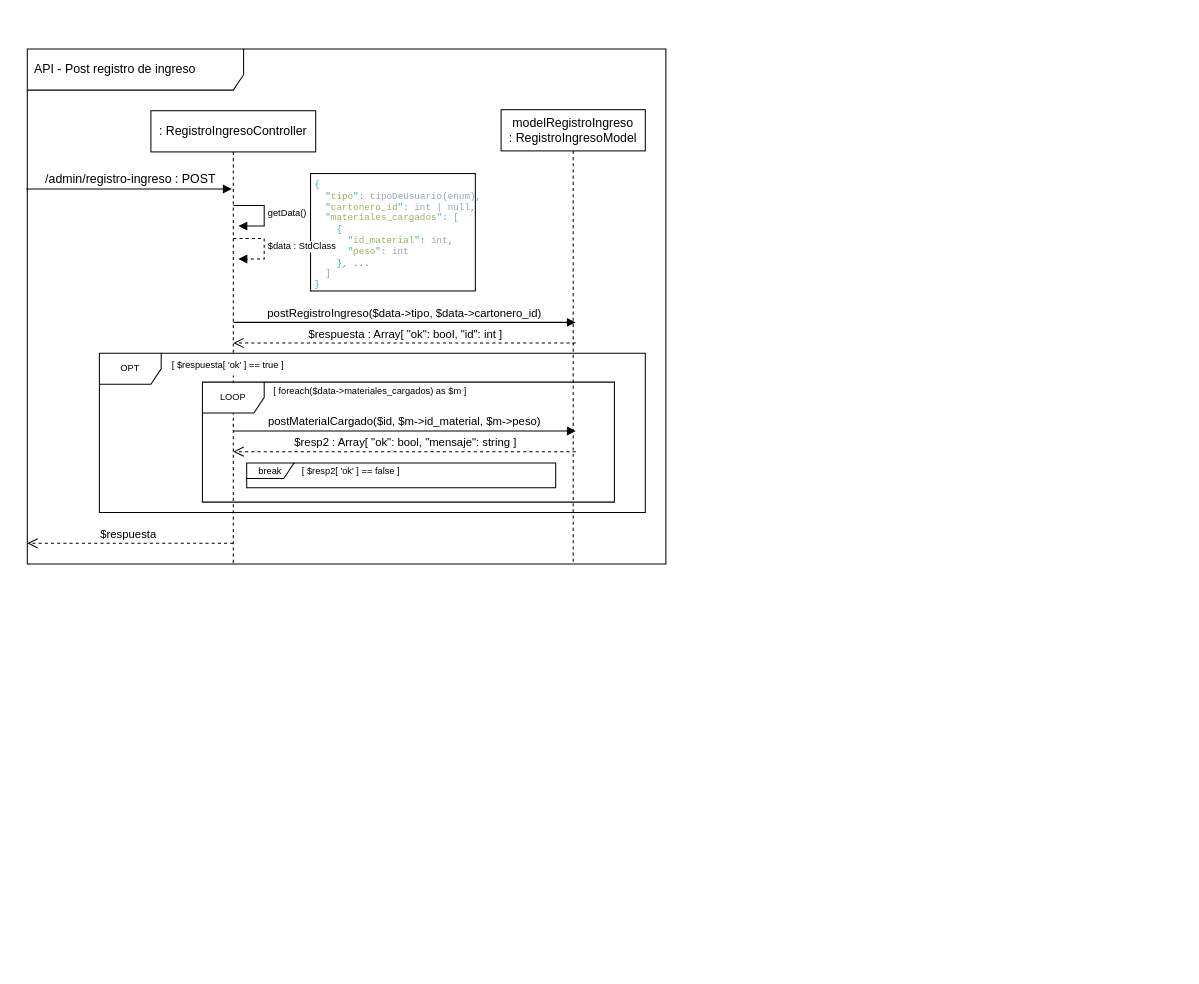
Before: page "admin_registro-ingreso_post" (6 of 9) of Artefactos/Diagramas/diagrama-clases.drawio in Evynith/Entregable-Metodologias, a draw.io diagram. Source tidied: cells renumbered, new cells numbered last; positions are measured from the earlier drawing's top-left corner, leaving out a move shared by most shapes. Both pictures are drawn from the tidied source at 103%, with x=0, y=0 at pixel (26, 48).
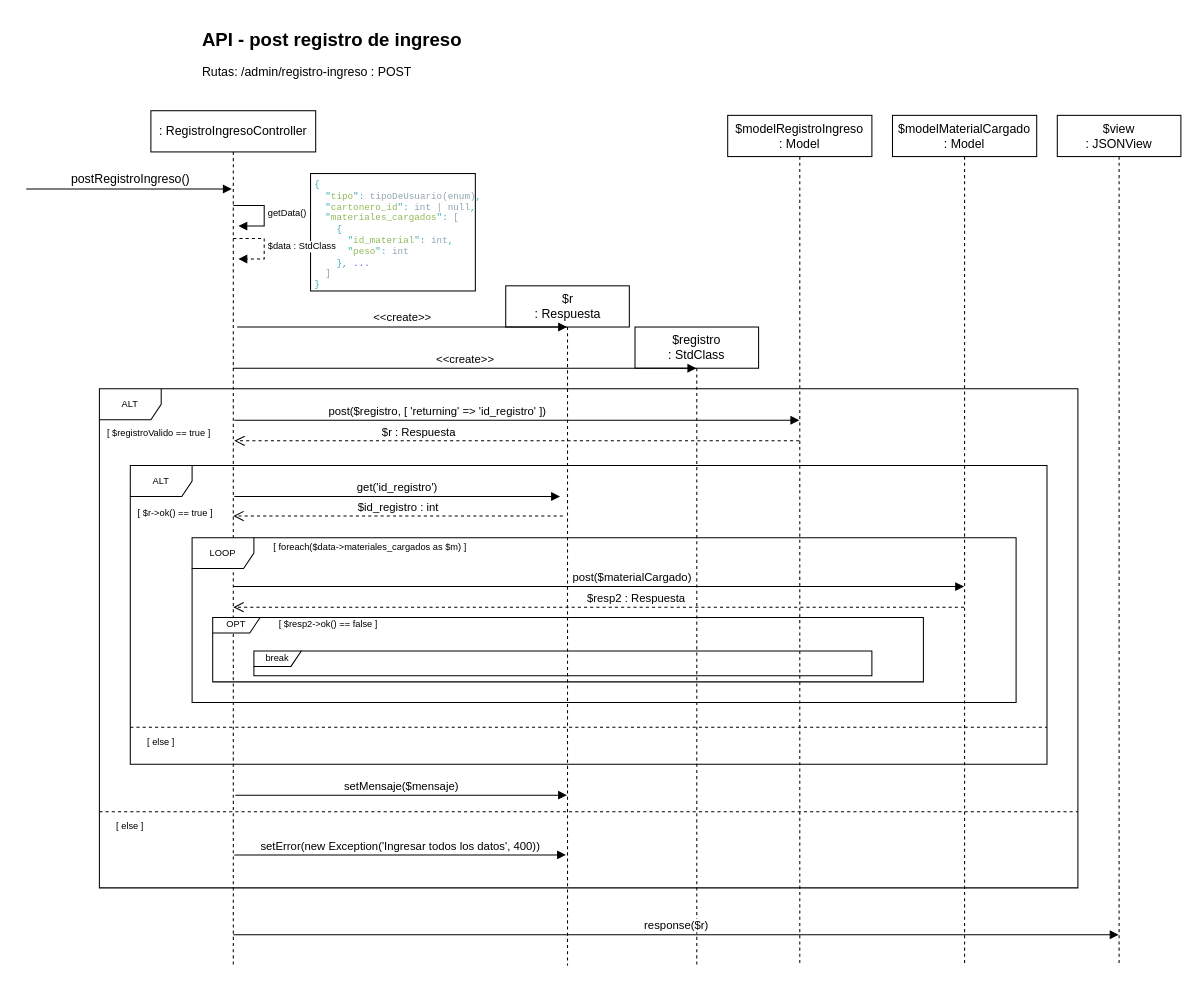
The same diagram, later.

Diff of the diagram source:
```diff
@@
-    <mxCell id="2" value="API - Post registro de ingreso" style="shape=umlFrame;whiteSpace=wrap;html=1;width=210;height=40;boundedLbl=1;verticalAlign=middle;align=left;spacingLeft=5;" parent="1" vertex="1">
-      <mxGeometry x="1" width="620" height="500" as="geometry" />
-    </mxCell>
+    <mxCell id="12" value="ALT" style="shape=umlFrame;whiteSpace=wrap;html=1;fontSize=9;fontColor=#000000;strokeColor=#000000;" parent="1" vertex="1">
+      <mxGeometry x="71" y="330" width="950" height="484.5" as="geometry" />
+    </mxCell>
+    <mxCell id="20" value="ALT" style="shape=umlFrame;whiteSpace=wrap;html=1;fontSize=9;fontColor=#000000;strokeColor=#000000;" parent="1" vertex="1">
+      <mxGeometry x="101" y="404.5" width="890" height="290" as="geometry" />
+    </mxCell>
@@
     <mxCell id="4" value=": RegistroIngresoController" style="shape=umlLifeline;perimeter=lifelinePerimeter;whiteSpace=wrap;html=1;outlineConnect=0;" parent="1" vertex="1">
-      <mxGeometry x="121" y="60" width="160" height="440" as="geometry" />
+      <mxGeometry x="121" y="60" width="160" height="830" as="geometry" />
     </mxCell>
-    <mxCell id="5" value="modelRegistroIngreso&lt;br&gt;: RegistroIngresoModel" style="shape=umlLifeline;perimeter=lifelinePerimeter;whiteSpace=wrap;html=1;" parent="1" vertex="1">
-      <mxGeometry x="461" y="59" width="140" height="441" as="geometry" />
+    <mxCell id="5" value="$modelRegistroIngreso&lt;br&gt;: Model" style="shape=umlLifeline;perimeter=lifelinePerimeter;whiteSpace=wrap;html=1;" parent="1" vertex="1">
+      <mxGeometry x="681" y="64.5" width="140" height="825.5" as="geometry" />
     </mxCell>
-    <mxCell id="6" value="&lt;span style=&quot;font-family: &amp;#34;helvetica&amp;#34; ; font-size: 12px ; text-align: left&quot;&gt;/admin/registro-ingreso : POST&lt;/span&gt;" style="html=1;verticalAlign=bottom;endArrow=block;" parent="1" edge="1">
+    <mxCell id="6" value="&lt;span style=&quot;font-family: &amp;#34;helvetica&amp;#34; ; font-size: 12px ; text-align: left&quot;&gt;postRegistroIngreso()&lt;/span&gt;" style="html=1;verticalAlign=bottom;endArrow=block;" parent="1" edge="1">
       <mxGeometry x="0.01" relative="1" as="geometry">
         <mxPoint y="136" as="sourcePoint" />
         <mxPoint x="199.5" y="136" as="targetPoint" />
         <Array as="points">
           <mxPoint y="136" />
         </Array>
       </mxGeometry>
     </mxCell>
-    <mxCell id="7" value="$respuesta" style="html=1;verticalAlign=bottom;endArrow=open;dashed=1;endSize=8;" parent="1" edge="1">
-      <mxGeometry x="0.02" relative="1" as="geometry">
-        <mxPoint x="201" y="480" as="sourcePoint" />
-        <mxPoint x="1" y="480" as="targetPoint" />
-      </mxGeometry>
-    </mxCell>
@@
-    <mxCell id="10" value="postRegistroIngreso($data-&amp;gt;tipo, $data-&amp;gt;cartonero_id)" style="html=1;verticalAlign=bottom;endArrow=block;" parent="1" edge="1">
-      <mxGeometry relative="1" as="geometry">
-        <mxPoint x="201" y="265.5" as="sourcePoint" />
-        <mxPoint x="533.5" y="265.5" as="targetPoint" />
+    <mxCell id="10" value="post($registro, [ 'returning' =&amp;gt; 'id_registro' ])" style="html=1;verticalAlign=bottom;endArrow=block;labelBackgroundColor=#ffffff;" parent="1" edge="1">
+      <mxGeometry x="-0.28" relative="1" as="geometry">
+        <mxPoint x="202" y="360.5" as="sourcePoint" />
+        <mxPoint x="750.5" y="360.5" as="targetPoint" />
       </mxGeometry>
     </mxCell>
-    <mxCell id="11" value="$respuesta : Array[ &quot;ok&quot;: bool, &quot;id&quot;: int ]" style="html=1;verticalAlign=bottom;endArrow=open;dashed=1;endSize=8;" parent="1" edge="1">
-      <mxGeometry relative="1" as="geometry">
-        <mxPoint x="533.5" y="285.5" as="sourcePoint" />
-        <mxPoint x="201" y="285.5" as="targetPoint" />
+    <mxCell id="11" value="$r : Respuesta" style="html=1;verticalAlign=bottom;endArrow=open;dashed=1;endSize=8;" parent="1" edge="1">
+      <mxGeometry x="0.35" relative="1" as="geometry">
+        <mxPoint x="750.5" y="380.5" as="sourcePoint" />
+        <mxPoint x="202" y="380.5" as="targetPoint" />
       </mxGeometry>
     </mxCell>
-    <mxCell id="12" value="OPT" style="shape=umlFrame;whiteSpace=wrap;html=1;fontSize=9;fontColor=#000000;strokeColor=#000000;" parent="1" vertex="1">
-      <mxGeometry x="71" y="295.5" width="530" height="154.5" as="geometry" />
-    </mxCell>
-    <mxCell id="13" value="[ $respuesta[ 'ok' ] == true ]" style="text;html=1;strokeColor=none;align=center;verticalAlign=middle;whiteSpace=wrap;rounded=0;dashed=1;fontSize=9;fontColor=#000000;fillColor=#ffffff;" parent="1" vertex="1">
-      <mxGeometry x="136" y="297" width="120" height="20" as="geometry" />
+    <mxCell id="13" value="[ $registroValido == true ]" style="text;html=1;strokeColor=none;align=center;verticalAlign=middle;whiteSpace=wrap;rounded=0;dashed=1;fontSize=9;fontColor=#000000;fillColor=#ffffff;" parent="1" vertex="1">
+      <mxGeometry x="75" y="362.5" width="108" height="20" as="geometry" />
     </mxCell>
     <mxCell id="14" value="LOOP" style="shape=umlFrame;whiteSpace=wrap;html=1;fontSize=9;fontColor=#000000;strokeColor=#000000;" parent="1" vertex="1">
-      <mxGeometry x="171" y="323.5" width="400" height="116.5" as="geometry" />
+      <mxGeometry x="161" y="474.5" width="800" height="160" as="geometry" />
     </mxCell>
-    <mxCell id="15" value="[ foreach($data-&amp;gt;materiales_cargados) as $m ]" style="text;html=1;strokeColor=none;fillColor=none;align=center;verticalAlign=middle;whiteSpace=wrap;rounded=0;dashed=1;fontSize=9;fontColor=#000000;" parent="1" vertex="1">
-      <mxGeometry x="234" y="326" width="200" height="14.5" as="geometry" />
+    <mxCell id="15" value="[ foreach($data-&amp;gt;materiales_cargados as $m) ]" style="text;html=1;strokeColor=none;fillColor=none;align=center;verticalAlign=middle;whiteSpace=wrap;rounded=0;dashed=1;fontSize=9;fontColor=#000000;" parent="1" vertex="1">
+      <mxGeometry x="234" y="477" width="200" height="14.5" as="geometry" />
     </mxCell>
-    <mxCell id="16" value="postMaterialCargado($id, $m-&amp;gt;id_material, $m-&amp;gt;peso)" style="html=1;verticalAlign=bottom;endArrow=block;" parent="1" edge="1">
-      <mxGeometry relative="1" as="geometry">
-        <mxPoint x="201" y="371" as="sourcePoint" />
-        <mxPoint x="533.5" y="371" as="targetPoint" />
+    <mxCell id="16" value="post($materialCargado)" style="html=1;verticalAlign=bottom;endArrow=block;" parent="1" edge="1">
+      <mxGeometry x="0.09" relative="1" as="geometry">
+        <mxPoint x="201" y="522" as="sourcePoint" />
+        <mxPoint x="910.5" y="522" as="targetPoint" />
       </mxGeometry>
     </mxCell>
-    <mxCell id="17" value="$resp2 : Array[ &quot;ok&quot;: bool, &quot;mensaje&quot;: string ]" style="html=1;verticalAlign=bottom;endArrow=open;dashed=1;endSize=8;" parent="1" edge="1">
-      <mxGeometry relative="1" as="geometry">
-        <mxPoint x="533.5" y="391" as="sourcePoint" />
-        <mxPoint x="201" y="391" as="targetPoint" />
+    <mxCell id="17" value="$resp2 : Respuesta" style="html=1;verticalAlign=bottom;endArrow=open;dashed=1;endSize=8;" parent="1" edge="1">
+      <mxGeometry x="-0.1" relative="1" as="geometry">
+        <mxPoint x="910.5" y="542" as="sourcePoint" />
+        <mxPoint x="201" y="542" as="targetPoint" />
       </mxGeometry>
     </mxCell>
-    <mxCell id="18" value="break" style="shape=umlFrame;whiteSpace=wrap;html=1;fontSize=9;fontColor=#000000;strokeColor=#000000;width=46;height=15;" parent="1" vertex="1">
-      <mxGeometry x="214" y="402" width="300" height="24" as="geometry" />
+    <mxCell id="18" value="OPT" style="shape=umlFrame;whiteSpace=wrap;html=1;fontSize=9;fontColor=#000000;strokeColor=#000000;width=46;height=15;" parent="1" vertex="1">
+      <mxGeometry x="181" y="552" width="690" height="62.5" as="geometry" />
     </mxCell>
-    <mxCell id="19" value="[ $resp2[ 'ok' ] == false ]" style="text;html=1;strokeColor=none;fillColor=none;align=center;verticalAlign=middle;whiteSpace=wrap;rounded=0;dashed=1;fontSize=9;fontColor=#000000;" parent="1" vertex="1">
-      <mxGeometry x="261" y="403" width="109" height="14.5" as="geometry" />
+    <mxCell id="19" value="[ $resp2-&amp;gt;ok() == false ]" style="text;html=1;strokeColor=none;fillColor=none;align=center;verticalAlign=middle;whiteSpace=wrap;rounded=0;dashed=1;fontSize=9;fontColor=#000000;" parent="1" vertex="1">
+      <mxGeometry x="238.5" y="552" width="109" height="14.5" as="geometry" />
     </mxCell>
+    <mxCell id="21" value="&lt;h1&gt;API - post registro de ingreso&lt;/h1&gt;&lt;span style=&quot;font-family: &amp;#34;helvetica&amp;#34; ; font-size: 12px ; background-color: rgb(255 , 255 , 255)&quot;&gt;Rutas:&amp;nbsp;&lt;/span&gt;&lt;span style=&quot;font-family: &amp;#34;helvetica&amp;#34; ; font-size: 12px ; background-color: rgb(255 , 255 , 255)&quot;&gt;/admin/registro-ingreso : POST&lt;/span&gt;&lt;span style=&quot;font-family: &amp;#34;helvetica&amp;#34; ; font-size: 12px ; background-color: rgb(255 , 255 , 255)&quot;&gt;&lt;br&gt;&lt;/span&gt;" style="text;html=1;strokeColor=none;fillColor=none;spacing=5;spacingTop=-20;whiteSpace=wrap;overflow=hidden;rounded=0;fontSize=9;opacity=0;" parent="1" vertex="1">
+      <mxGeometry x="165.5" y="-20" width="300" height="60" as="geometry" />
+    </mxCell>
+    <mxCell id="22" value="$modelMaterialCargado&lt;br&gt;: Model" style="shape=umlLifeline;perimeter=lifelinePerimeter;whiteSpace=wrap;html=1;" parent="1" vertex="1">
+      <mxGeometry x="841" y="64.5" width="140" height="825.5" as="geometry" />
+    </mxCell>
+    <mxCell id="23" value="$r &lt;br&gt;: Respuesta" style="shape=umlLifeline;perimeter=lifelinePerimeter;whiteSpace=wrap;html=1;outlineConnect=0;" parent="1" vertex="1">
+      <mxGeometry x="465.5" y="230" width="120" height="660" as="geometry" />
+    </mxCell>
+    <mxCell id="24" value="$registro&lt;br&gt;: StdClass" style="shape=umlLifeline;perimeter=lifelinePerimeter;whiteSpace=wrap;html=1;outlineConnect=0;" parent="1" vertex="1">
+      <mxGeometry x="591" y="270" width="120" height="620" as="geometry" />
+    </mxCell>
+    <mxCell id="25" value="&amp;lt;&amp;lt;create&amp;gt;&amp;gt;" style="html=1;verticalAlign=bottom;endArrow=block;" parent="1" edge="1" target="23">
+      <mxGeometry relative="1" as="geometry">
+        <mxPoint x="204.8" y="270" as="sourcePoint" />
+      </mxGeometry>
+    </mxCell>
+    <mxCell id="26" value="&amp;lt;&amp;lt;create&amp;gt;&amp;gt;" style="html=1;verticalAlign=bottom;endArrow=block;" parent="1" edge="1" source="4" target="24">
+      <mxGeometry relative="1" as="geometry">
+        <Array as="points">
+          <mxPoint x="571" y="310" />
+        </Array>
+      </mxGeometry>
+    </mxCell>
+    <mxCell id="27" value="[ $r-&amp;gt;ok() == true ]" style="text;html=1;strokeColor=none;align=center;verticalAlign=middle;whiteSpace=wrap;rounded=0;dashed=1;fontSize=9;fontColor=#000000;fillColor=#ffffff;" parent="1" vertex="1">
+      <mxGeometry x="105" y="440.5" width="80" height="20" as="geometry" />
+    </mxCell>
+    <mxCell id="28" value="get('id_registro')" style="html=1;verticalAlign=bottom;endArrow=block;" parent="1" edge="1">
+      <mxGeometry relative="1" as="geometry">
+        <mxPoint x="202" y="434.5" as="sourcePoint" />
+        <mxPoint x="518.2" y="434.5" as="targetPoint" />
+      </mxGeometry>
+    </mxCell>
+    <mxCell id="29" value="$id_registro : int" style="html=1;verticalAlign=bottom;endArrow=open;dashed=1;endSize=8;" parent="1" edge="1">
+      <mxGeometry relative="1" as="geometry">
+        <mxPoint x="521" y="453.5" as="sourcePoint" />
+        <mxPoint x="201" y="453.5" as="targetPoint" />
+      </mxGeometry>
+    </mxCell>
+    <mxCell id="30" value="break" style="shape=umlFrame;whiteSpace=wrap;html=1;fontSize=9;fontColor=#000000;strokeColor=#000000;width=46;height=15;" parent="1" vertex="1">
+      <mxGeometry x="221" y="584.5" width="600" height="24" as="geometry" />
+    </mxCell>
+    <mxCell id="31" style="line;strokeWidth=1;fillColor=none;align=left;verticalAlign=middle;spacingTop=-1;spacingLeft=3;spacingRight=3;labelPosition=right;fontSize=9;fontColor=#000000;dashed=1;" parent="1" vertex="1">
+      <mxGeometry x="101" y="654.5" width="890" height="8" as="geometry" />
+    </mxCell>
+    <mxCell id="32" value="[ else ]" style="text;html=1;strokeColor=none;align=center;verticalAlign=middle;whiteSpace=wrap;rounded=0;dashed=1;fontSize=9;fontColor=#000000;fillColor=#ffffff;" parent="1" vertex="1">
+      <mxGeometry x="111" y="662.5" width="40" height="20" as="geometry" />
+    </mxCell>
+    <mxCell id="33" style="line;strokeWidth=1;fillColor=none;align=left;verticalAlign=middle;spacingTop=-1;spacingLeft=3;spacingRight=3;labelPosition=right;fontSize=9;fontColor=#000000;dashed=1;" parent="1" vertex="1">
+      <mxGeometry x="71" y="736.5" width="950" height="8" as="geometry" />
+    </mxCell>
+    <mxCell id="34" value="[ else ]" style="text;html=1;strokeColor=none;align=center;verticalAlign=middle;whiteSpace=wrap;rounded=0;dashed=1;fontSize=9;fontColor=#000000;fillColor=#ffffff;" parent="1" vertex="1">
+      <mxGeometry x="81" y="744.5" width="40" height="20" as="geometry" />
+    </mxCell>
+    <mxCell id="35" value="setError(new Exception('Ingresar todos los datos', 400))" style="html=1;verticalAlign=bottom;endArrow=block;" parent="1" edge="1">
+      <mxGeometry relative="1" as="geometry">
+        <mxPoint x="202" y="782.5" as="sourcePoint" />
+        <mxPoint x="524" y="782.5" as="targetPoint" />
+        <Array as="points">
+          <mxPoint x="510.1" y="782.5" />
+        </Array>
+      </mxGeometry>
+    </mxCell>
+    <mxCell id="36" value="setMensaje($mensaje)" style="html=1;verticalAlign=bottom;endArrow=block;" parent="1" edge="1">
+      <mxGeometry relative="1" as="geometry">
+        <mxPoint x="203" y="724.5" as="sourcePoint" />
+        <mxPoint x="525" y="724.5" as="targetPoint" />
+        <Array as="points">
+          <mxPoint x="511.1" y="724.5" />
+        </Array>
+      </mxGeometry>
+    </mxCell>
+    <mxCell id="37" value="$view &lt;br&gt;: JSONView" style="shape=umlLifeline;perimeter=lifelinePerimeter;whiteSpace=wrap;html=1;outlineConnect=0;" parent="1" vertex="1">
+      <mxGeometry x="1001" y="64.5" width="120" height="825.5" as="geometry" />
+    </mxCell>
+    <mxCell id="38" value="response($r)" style="html=1;verticalAlign=bottom;endArrow=block;fontStyle=0;" parent="1" edge="1" target="37">
+      <mxGeometry relative="1" as="geometry">
+        <mxPoint x="201" y="860" as="sourcePoint" />
+      </mxGeometry>
+    </mxCell>
```
